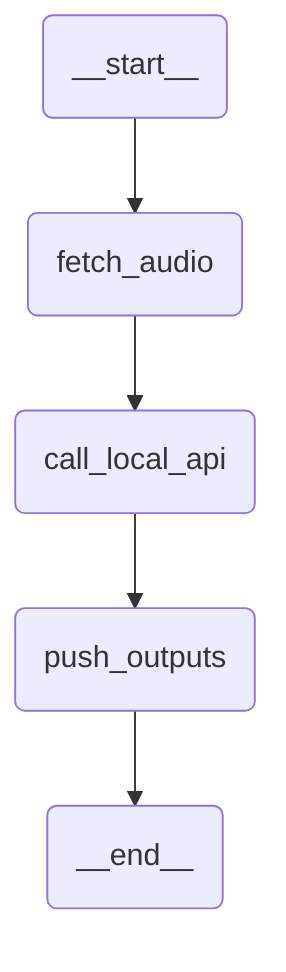
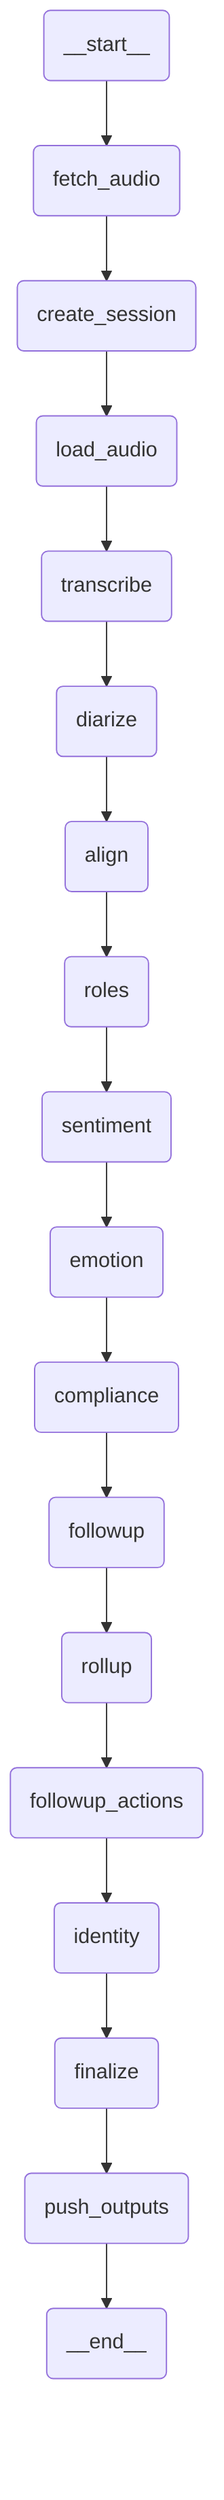
%% AUTO-GENERATED by `uipath init`. Do not edit manually.
%% Regenerated on every `uipath init`.
flowchart TB
  __start__(__start__)
  fetch_audio(fetch_audio)
-   call_local_api(call_local_api)
+   create_session(create_session)
+   load_audio(load_audio)
+   transcribe(transcribe)
+   diarize(diarize)
+   align(align)
+   roles(roles)
+   sentiment(sentiment)
+   emotion(emotion)
+   compliance(compliance)
+   followup(followup)
+   rollup(rollup)
+   followup_actions(followup_actions)
+   identity(identity)
+   finalize(finalize)
  push_outputs(push_outputs)
  __end__(__end__)
  __start__ --> fetch_audio
-   call_local_api --> push_outputs
-   fetch_audio --> call_local_api
+   align --> roles
+   compliance --> followup
+   create_session --> load_audio
+   diarize --> align
+   emotion --> compliance
+   fetch_audio --> create_session
+   finalize --> push_outputs
+   followup --> rollup
+   followup_actions --> identity
+   identity --> finalize
+   load_audio --> transcribe
+   roles --> sentiment
+   rollup --> followup_actions
+   sentiment --> emotion
+   transcribe --> diarize
  push_outputs --> __end__
